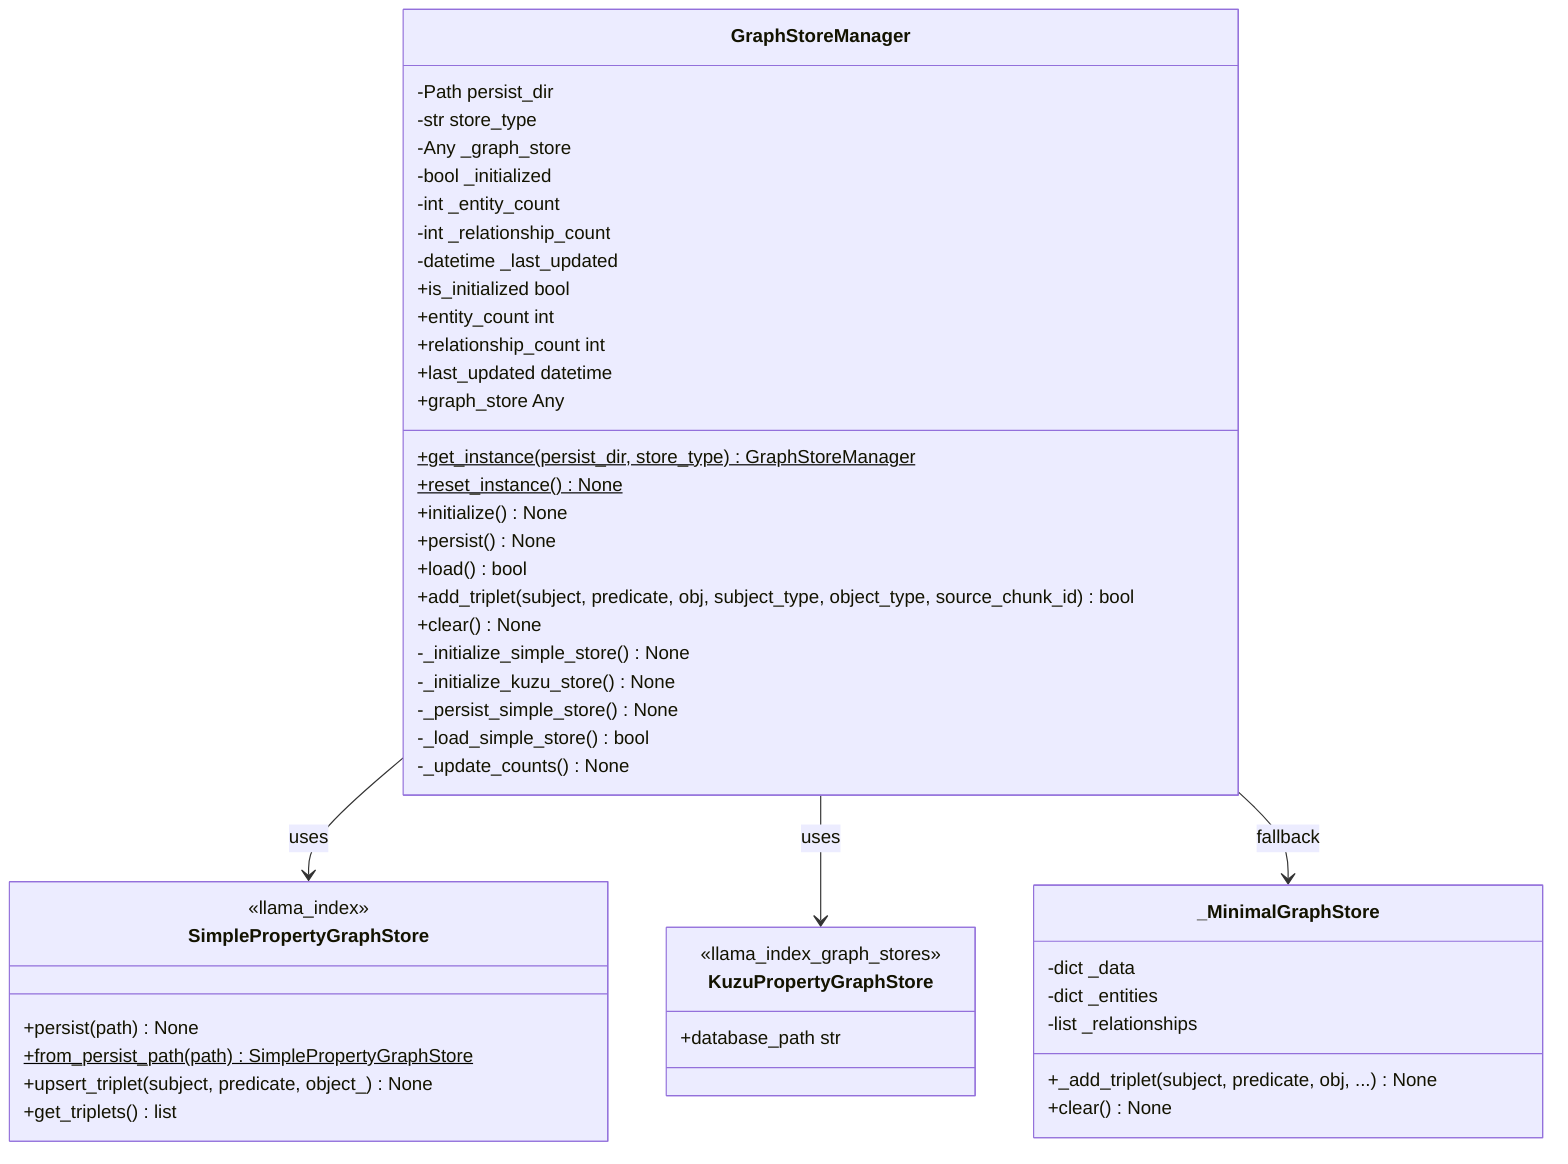
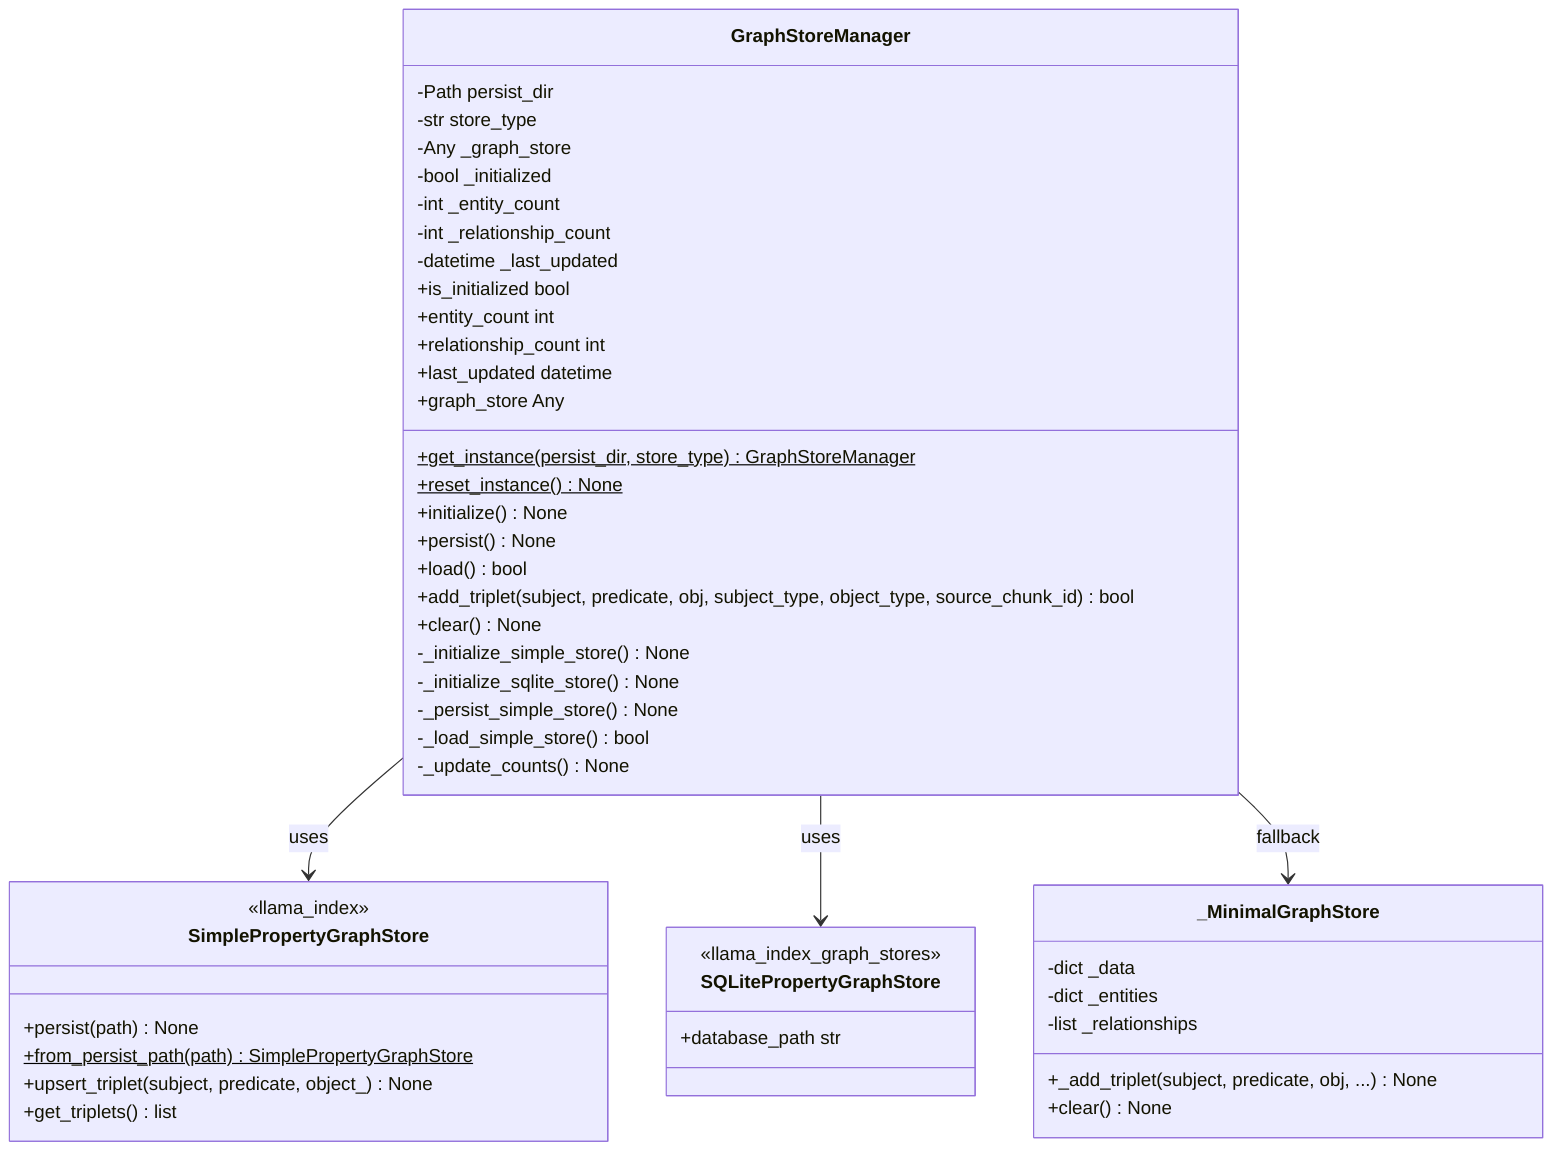
classDiagram
    class GraphStoreManager {
        -Path persist_dir
        -str store_type
        -Any _graph_store
        -bool _initialized
        -int _entity_count
        -int _relationship_count
        -datetime _last_updated

        +is_initialized bool
        +entity_count int
        +relationship_count int
        +last_updated datetime
        +graph_store Any

        +get_instance(persist_dir, store_type)$ GraphStoreManager
        +reset_instance()$ None
        +initialize() None
        +persist() None
        +load() bool
        +add_triplet(subject, predicate, obj, subject_type, object_type, source_chunk_id) bool
        +clear() None

        -_initialize_simple_store() None
-         -_initialize_kuzu_store() None
+         -_initialize_sqlite_store() None
        -_persist_simple_store() None
        -_load_simple_store() bool
        -_update_counts() None
    }

    class SimplePropertyGraphStore {
        <<llama_index>>
        +persist(path) None
        +from_persist_path(path)$ SimplePropertyGraphStore
        +upsert_triplet(subject, predicate, object_) None
        +get_triplets() list
    }

-     class KuzuPropertyGraphStore {
+     class SQLitePropertyGraphStore {
        <<llama_index_graph_stores>>
        +database_path str
    }

    class _MinimalGraphStore {
        -dict _data
        -dict _entities
        -list _relationships
        +_add_triplet(subject, predicate, obj, ...) None
        +clear() None
    }

    GraphStoreManager --> SimplePropertyGraphStore : uses
-     GraphStoreManager --> KuzuPropertyGraphStore : uses
+     GraphStoreManager --> SQLitePropertyGraphStore : uses
    GraphStoreManager --> _MinimalGraphStore : fallback